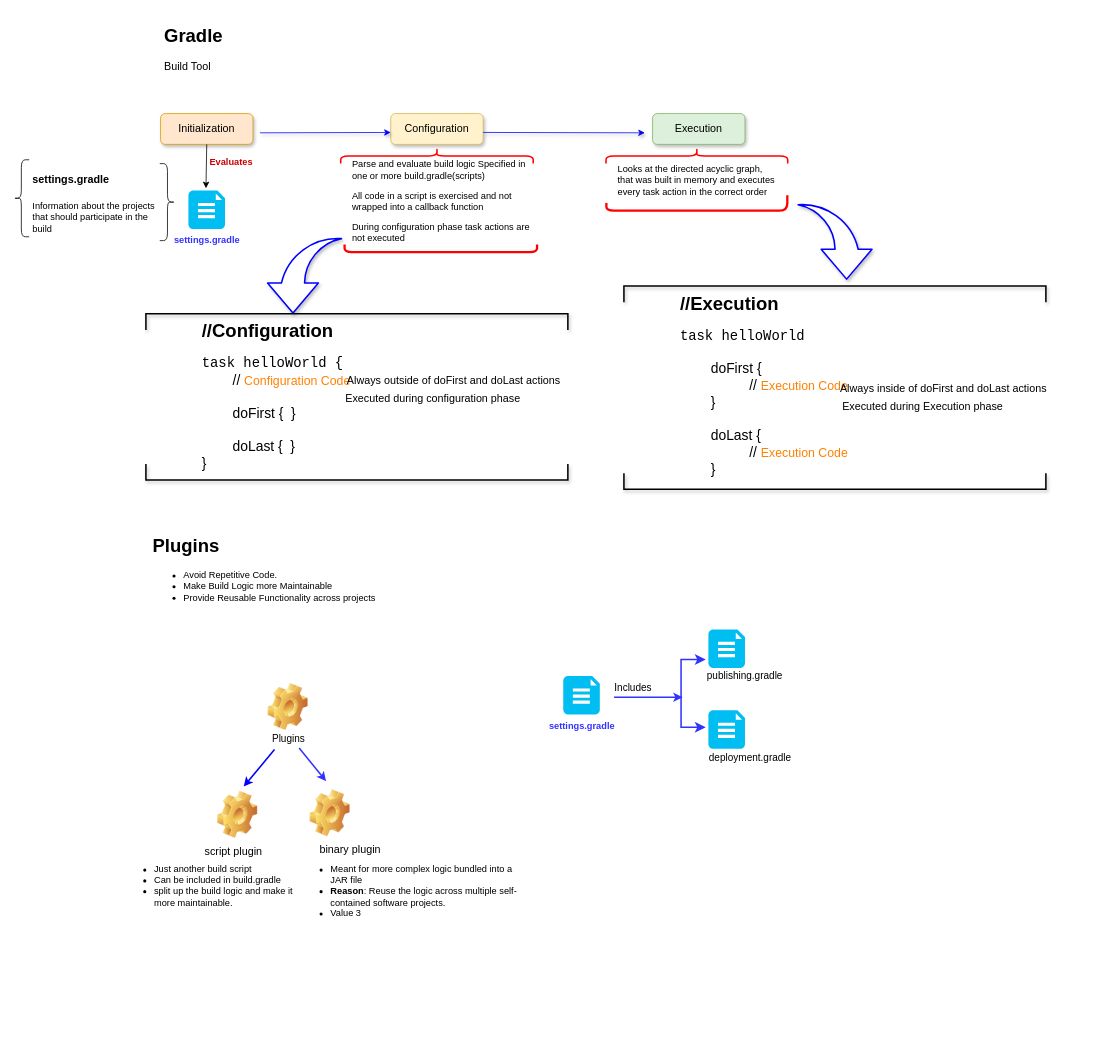
Earlier version of the draw.io diagram gradle.drawio (PramodNegi/problem-solving-techniques). Source tidied: cells renumbered, new cells numbered last; positions are measured from the earlier drawing's top-left corner, leaving out a move shared by most shapes. Both pictures are drawn from the tidied source at 77%, with x=0, y=0 at pixel (13, 21).
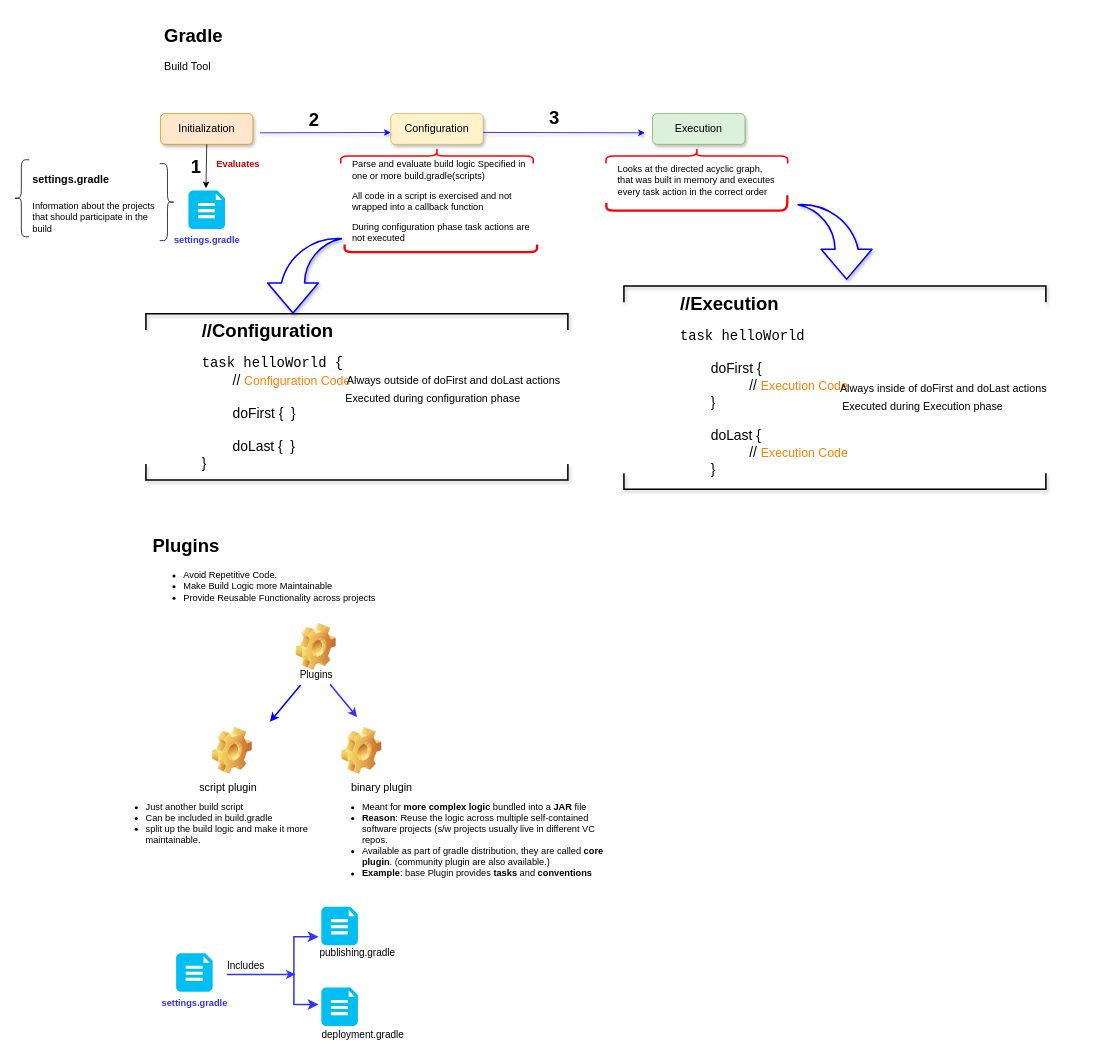
After the change.

Change to the diagram source:
```diff
@@
     <mxCell id="10" value="&lt;b style=&quot;&quot;&gt;&lt;font color=&quot;#cc0000&quot;&gt;Evaluates&lt;/font&gt;&lt;/b&gt;" style="text;html=1;align=center;verticalAlign=middle;whiteSpace=wrap;rounded=0;" parent="1" vertex="1">
-      <mxGeometry x="253" y="173" width="60" height="20" as="geometry" />
+      <mxGeometry x="262" y="176" width="60" height="20" as="geometry" />
     </mxCell>
@@
     <mxCell id="35" style="shape=image;html=1;verticalLabelPosition=bottom;verticalAlign=top;imageAspect=1;image=img/clipart/Gear_128x128.png;" parent="1" vertex="1">
-      <mxGeometry x="330.5" y="860" width="52" height="61" as="geometry" />
+      <mxGeometry x="367" y="782" width="52" height="61" as="geometry" />
     </mxCell>
     <mxCell id="36" value="&lt;font style=&quot;font-size: 13px;&quot;&gt;Plugins&lt;/font&gt;" style="text;html=1;align=center;verticalAlign=middle;strokeColor=none;fillColor=none;" parent="1" vertex="1">
-      <mxGeometry x="326" y="917" width="61" height="28" as="geometry" />
+      <mxGeometry x="362.5" y="834" width="61" height="28" as="geometry" />
     </mxCell>
     <mxCell id="37" style="endArrow=classic;html=1;rounded=0;flowAnimation=1;strokeColor=#0000FF;strokeWidth=2;" parent="1" edge="1">
       <mxGeometry relative="1" as="geometry">
-        <mxPoint x="339" y="946" as="sourcePoint" />
-        <mxPoint x="299" y="994" as="targetPoint" />
+        <mxPoint x="373" y="862" as="sourcePoint" />
+        <mxPoint x="333" y="910" as="targetPoint" />
       </mxGeometry>
     </mxCell>
     <mxCell id="38" style="endArrow=classic;html=1;rounded=0;flowAnimation=1;strokeWidth=2;strokeColor=#3333FF;" parent="1" edge="1">
       <mxGeometry relative="1" as="geometry">
-        <mxPoint x="371" y="944" as="sourcePoint" />
-        <mxPoint x="406" y="987" as="targetPoint" />
+        <mxPoint x="411.2" y="861" as="sourcePoint" />
+        <mxPoint x="446.2" y="904" as="targetPoint" />
       </mxGeometry>
     </mxCell>
     <mxCell id="39" style="shape=image;html=1;verticalLabelPosition=bottom;verticalAlign=top;imageAspect=1;image=img/clipart/Gear_128x128.png;" parent="1" vertex="1">
-      <mxGeometry x="265" y="1000" width="52" height="61" as="geometry" />
+      <mxGeometry x="258" y="917" width="52" height="61" as="geometry" />
     </mxCell>
     <mxCell id="40" style="shape=image;html=1;verticalLabelPosition=bottom;verticalAlign=top;imageAspect=1;image=img/clipart/Gear_128x128.png;" parent="1" vertex="1">
-      <mxGeometry x="385" y="998" width="52" height="61" as="geometry" />
+      <mxGeometry x="426.2" y="917" width="52" height="61" as="geometry" />
     </mxCell>
     <mxCell id="41" value="&lt;font style=&quot;font-size: 14px;&quot;&gt;script plugin&lt;/font&gt;" style="text;html=1;align=center;verticalAlign=middle;whiteSpace=wrap;rounded=0;" parent="1" vertex="1">
-      <mxGeometry x="247" y="1063" width="78" height="30" as="geometry" />
+      <mxGeometry x="240" y="980" width="78" height="30" as="geometry" />
     </mxCell>
     <mxCell id="42" value="&lt;font style=&quot;font-size: 14px;&quot;&gt;binary plugin&lt;/font&gt;" style="text;html=1;align=center;verticalAlign=middle;whiteSpace=wrap;rounded=0;" parent="1" vertex="1">
-      <mxGeometry x="381" y="1061" width="113" height="30" as="geometry" />
+      <mxGeometry x="422.2" y="980" width="113" height="30" as="geometry" />
     </mxCell>
+    <mxCell id="53" value="&lt;ul&gt;&lt;li&gt;&lt;span style=&quot;background-color: initial;&quot;&gt;Just another build script&lt;/span&gt;&lt;/li&gt;&lt;li&gt;&lt;span style=&quot;background-color: initial;&quot;&gt;Can be included in build.gradle&lt;/span&gt;&lt;/li&gt;&lt;li&gt;&lt;span style=&quot;background-color: initial;&quot;&gt;split up the build logic and make it more maintainable.&amp;nbsp;&lt;/span&gt;&lt;/li&gt;&lt;/ul&gt;" style="text;strokeColor=none;fillColor=none;html=1;whiteSpace=wrap;verticalAlign=middle;overflow=hidden;" parent="1" vertex="1">
+      <mxGeometry x="130" y="999" width="259" height="80" as="geometry" />
+    </mxCell>
+    <mxCell id="54" value="&lt;ul&gt;&lt;li&gt;Meant for &lt;b&gt;more complex logic&lt;/b&gt; bundled into a &lt;b&gt;JAR&lt;/b&gt; file&lt;/li&gt;&lt;li&gt;&lt;b&gt;Reason&lt;/b&gt;: Reuse the logic across multiple self-contained software projects (s/w projects usually live in different VC repos.&lt;/li&gt;&lt;li&gt;Available as part of gradle distribution, they are called &lt;b&gt;core plugin&lt;/b&gt;. (community plugin are also available.)&lt;/li&gt;&lt;li&gt;&lt;b&gt;Example&lt;/b&gt;: base Plugin provides &lt;b&gt;tasks&lt;/b&gt; and &lt;b&gt;conventions&lt;/b&gt;&lt;/li&gt;&lt;/ul&gt;" style="text;strokeColor=none;fillColor=none;html=1;whiteSpace=wrap;verticalAlign=middle;overflow=hidden;" parent="1" vertex="1">
+      <mxGeometry x="411.2" y="999" width="361.8" height="118" as="geometry" />
+    </mxCell>
+    <mxCell id="55" style="group;" parent="1" vertex="1">
+      <mxGeometry x="180" y="1150" width="304.2" height="181" as="geometry" />
+    </mxCell>
-    <mxCell id="43" style="verticalLabelPosition=bottom;html=1;verticalAlign=top;align=center;strokeColor=none;fillColor=#00BEF2;shape=mxgraph.azure.file_2;" parent="1" vertex="1">
-      <mxGeometry x="714" y="850.5" width="47.5" height="50" as="geometry" />
+    <mxCell id="43" style="verticalLabelPosition=bottom;html=1;verticalAlign=top;align=center;strokeColor=none;fillColor=#00BEF2;shape=mxgraph.azure.file_2;" parent="55" vertex="1">
+      <mxGeometry x="31.2" y="60.5" width="47.5" height="50" as="geometry" />
     </mxCell>
-    <mxCell id="44" value="&lt;span style=&quot;color: rgb(51, 51, 255); text-wrap: wrap;&quot;&gt;&lt;b&gt;settings.gradle&lt;/b&gt;&lt;/span&gt;" style="text;html=1;align=center;verticalAlign=middle;strokeColor=none;fillColor=none;" parent="1" vertex="1">
-      <mxGeometry x="682.8" y="900.5" width="110" height="30" as="geometry" />
+    <mxCell id="44" value="&lt;span style=&quot;color: rgb(51, 51, 255); text-wrap: wrap;&quot;&gt;&lt;b&gt;settings.gradle&lt;/b&gt;&lt;/span&gt;" style="text;html=1;align=center;verticalAlign=middle;strokeColor=none;fillColor=none;" parent="55" vertex="1">
+      <mxGeometry y="110.5" width="110" height="30" as="geometry" />
     </mxCell>
-    <mxCell id="45" style="endArrow=classic;html=1;rounded=0;flowAnimation=1;strokeWidth=2;strokeColor=#3333FF;" parent="1" edge="1">
+    <mxCell id="45" style="endArrow=classic;html=1;rounded=0;flowAnimation=1;strokeWidth=2;strokeColor=#3333FF;" parent="55" edge="1">
       <mxGeometry relative="1" as="geometry">
-        <mxPoint x="780" y="878" as="sourcePoint" />
-        <mxPoint x="869" y="878" as="targetPoint" />
+        <mxPoint x="97.2" y="88" as="sourcePoint" />
+        <mxPoint x="186.2" y="88" as="targetPoint" />
       </mxGeometry>
     </mxCell>
-    <mxCell id="46" style="edgeStyle=segmentEdgeStyle;endArrow=classic;html=1;curved=0;rounded=0;endSize=8;startSize=8;flowAnimation=1;strokeWidth=2;strokeColor=#3333FF;" parent="1" edge="1">
+    <mxCell id="46" style="edgeStyle=segmentEdgeStyle;endArrow=classic;html=1;curved=0;rounded=0;endSize=8;startSize=8;flowAnimation=1;strokeWidth=2;strokeColor=#3333FF;" parent="55" edge="1">
       <mxGeometry relative="1" as="geometry">
-        <mxPoint x="867" y="879" as="sourcePoint" />
-        <mxPoint x="899" y="829" as="targetPoint" />
+        <mxPoint x="184.2" y="89" as="sourcePoint" />
+        <mxPoint x="216.2" y="39" as="targetPoint" />
         <Array as="points">
-          <mxPoint x="867" y="879" />
-          <mxPoint x="867" y="829" />
+          <mxPoint x="184.2" y="89" />
+          <mxPoint x="184.2" y="39" />
         </Array>
       </mxGeometry>
     </mxCell>
-    <mxCell id="47" style="edgeStyle=segmentEdgeStyle;endArrow=classic;html=1;curved=0;rounded=0;endSize=8;startSize=8;flowAnimation=1;strokeWidth=2;strokeColor=#3333FF;" parent="1" edge="1">
+    <mxCell id="47" style="edgeStyle=segmentEdgeStyle;endArrow=classic;html=1;curved=0;rounded=0;endSize=8;startSize=8;flowAnimation=1;strokeWidth=2;strokeColor=#3333FF;" parent="55" edge="1">
       <mxGeometry relative="1" as="geometry">
-        <mxPoint x="867" y="877" as="sourcePoint" />
-        <mxPoint x="899" y="917" as="targetPoint" />
+        <mxPoint x="184.2" y="87" as="sourcePoint" />
+        <mxPoint x="216.2" y="127" as="targetPoint" />
         <Array as="points">
-          <mxPoint x="867" y="917" />
+          <mxPoint x="184.2" y="127" />
         </Array>
       </mxGeometry>
     </mxCell>
-    <mxCell id="48" value="&lt;font style=&quot;font-size: 13px;&quot;&gt;Includes&lt;/font&gt;" style="text;html=1;align=center;verticalAlign=middle;whiteSpace=wrap;rounded=0;" parent="1" vertex="1">
-      <mxGeometry x="775" y="851" width="60" height="30" as="geometry" />
+    <mxCell id="48" value="&lt;font style=&quot;font-size: 13px;&quot;&gt;Includes&lt;/font&gt;" style="text;html=1;align=center;verticalAlign=middle;whiteSpace=wrap;rounded=0;" parent="55" vertex="1">
+      <mxGeometry x="92.2" y="61" width="60" height="30" as="geometry" />
     </mxCell>
-    <mxCell id="49" style="verticalLabelPosition=bottom;html=1;verticalAlign=top;align=center;strokeColor=none;fillColor=#00BEF2;shape=mxgraph.azure.file_2;" parent="1" vertex="1">
-      <mxGeometry x="902.5" y="790" width="47.5" height="50" as="geometry" />
+    <mxCell id="49" style="verticalLabelPosition=bottom;html=1;verticalAlign=top;align=center;strokeColor=none;fillColor=#00BEF2;shape=mxgraph.azure.file_2;" parent="55" vertex="1">
+      <mxGeometry x="219.8" width="47.5" height="50" as="geometry" />
     </mxCell>
-    <mxCell id="50" style="verticalLabelPosition=bottom;html=1;verticalAlign=top;align=center;strokeColor=none;fillColor=#00BEF2;shape=mxgraph.azure.file_2;" parent="1" vertex="1">
-      <mxGeometry x="902.5" y="895" width="47.5" height="50" as="geometry" />
+    <mxCell id="50" style="verticalLabelPosition=bottom;html=1;verticalAlign=top;align=center;strokeColor=none;fillColor=#00BEF2;shape=mxgraph.azure.file_2;" parent="55" vertex="1">
+      <mxGeometry x="219.8" y="105" width="47.5" height="50" as="geometry" />
     </mxCell>
-    <mxCell id="51" value="&lt;font style=&quot;font-size: 13px;&quot;&gt;publishing.gradle&lt;/font&gt;" style="text;html=1;align=center;verticalAlign=middle;whiteSpace=wrap;rounded=0;" parent="1" vertex="1">
-      <mxGeometry x="920" y="835" width="60" height="30" as="geometry" />
+    <mxCell id="51" value="&lt;font style=&quot;font-size: 13px;&quot;&gt;publishing.gradle&lt;/font&gt;" style="text;html=1;align=center;verticalAlign=middle;whiteSpace=wrap;rounded=0;" parent="55" vertex="1">
+      <mxGeometry x="237.2" y="45" width="60" height="30" as="geometry" />
     </mxCell>
-    <mxCell id="52" value="&lt;font style=&quot;font-size: 13px;&quot;&gt;deployment.gradle&lt;/font&gt;" style="text;html=1;align=center;verticalAlign=middle;whiteSpace=wrap;rounded=0;" parent="1" vertex="1">
-      <mxGeometry x="927" y="941" width="60" height="30" as="geometry" />
+    <mxCell id="52" value="&lt;font style=&quot;font-size: 13px;&quot;&gt;deployment.gradle&lt;/font&gt;" style="text;html=1;align=center;verticalAlign=middle;whiteSpace=wrap;rounded=0;" parent="55" vertex="1">
+      <mxGeometry x="244.2" y="151" width="60" height="30" as="geometry" />
     </mxCell>
-    <mxCell id="53" value="&lt;ul&gt;&lt;li&gt;&lt;span style=&quot;background-color: initial;&quot;&gt;Just another build script&lt;/span&gt;&lt;/li&gt;&lt;li&gt;&lt;span style=&quot;background-color: initial;&quot;&gt;Can be included in build.gradle&lt;/span&gt;&lt;/li&gt;&lt;li&gt;&lt;span style=&quot;background-color: initial;&quot;&gt;split up the build logic and make it more maintainable.&amp;nbsp;&lt;/span&gt;&lt;/li&gt;&lt;/ul&gt;" style="text;strokeColor=none;fillColor=none;html=1;whiteSpace=wrap;verticalAlign=middle;overflow=hidden;" parent="1" vertex="1">
-      <mxGeometry x="141" y="1080" width="222.5" height="80" as="geometry" />
-    </mxCell>
-    <mxCell id="54" value="&lt;ul&gt;&lt;li&gt;Meant for more complex logic bundled into a JAR file&lt;/li&gt;&lt;li&gt;&lt;b&gt;Reason&lt;/b&gt;: Reuse the logic across multiple self-contained software projects.&lt;/li&gt;&lt;li&gt;Value 3&lt;/li&gt;&lt;/ul&gt;" style="text;strokeColor=none;fillColor=none;html=1;whiteSpace=wrap;verticalAlign=middle;overflow=hidden;" parent="1" vertex="1">
-      <mxGeometry x="370" y="1080" width="300" height="90" as="geometry" />
-    </mxCell>
+    <mxCell id="56" value="1" style="text;strokeColor=none;fillColor=none;html=1;fontSize=24;fontStyle=1;verticalAlign=middle;align=center;" parent="1" vertex="1">
+      <mxGeometry x="224" y="176" width="26" height="27" as="geometry" />
+    </mxCell>
+    <mxCell id="57" value="2" style="text;strokeColor=none;fillColor=none;html=1;fontSize=24;fontStyle=1;verticalAlign=middle;align=center;" parent="1" vertex="1">
+      <mxGeometry x="377" y="115" width="26" height="27" as="geometry" />
+    </mxCell>
+    <mxCell id="58" value="3" style="text;strokeColor=none;fillColor=none;html=1;fontSize=24;fontStyle=1;verticalAlign=middle;align=center;" parent="1" vertex="1">
+      <mxGeometry x="689" y="112" width="26" height="27" as="geometry" />
+    </mxCell>
```
